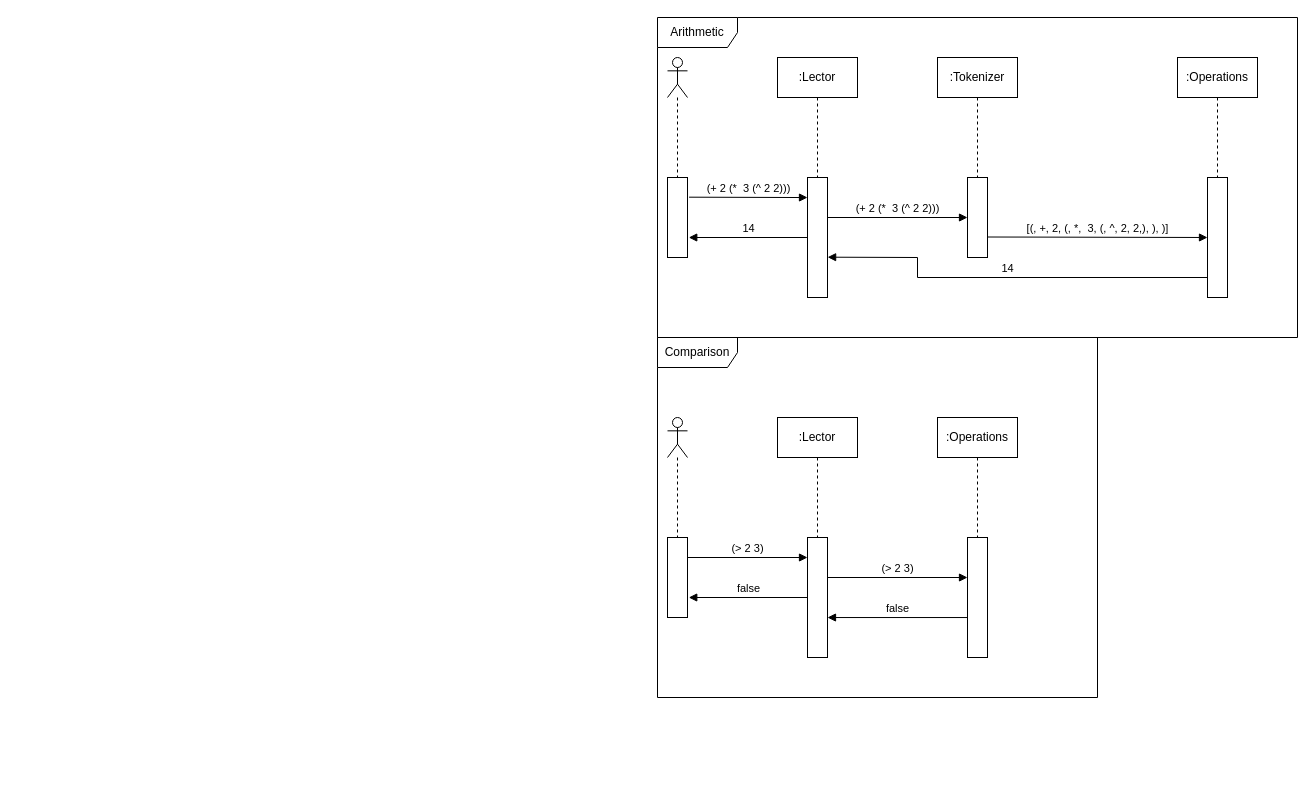
Earlier version of the draw.io diagram Proyecto1/Fases/Fase2/Sequence Diagrams.drawio (DiggsPapu/Proyect1_Lisp_Interpreter). Source tidied: cells renumbered, new cells numbered last; positions are measured from the earlier drawing's top-left corner, leaving out a move shared by most shapes. Both pictures are drawn from the tidied source at 100%, with x=0, y=0 at pixel (657, 17).
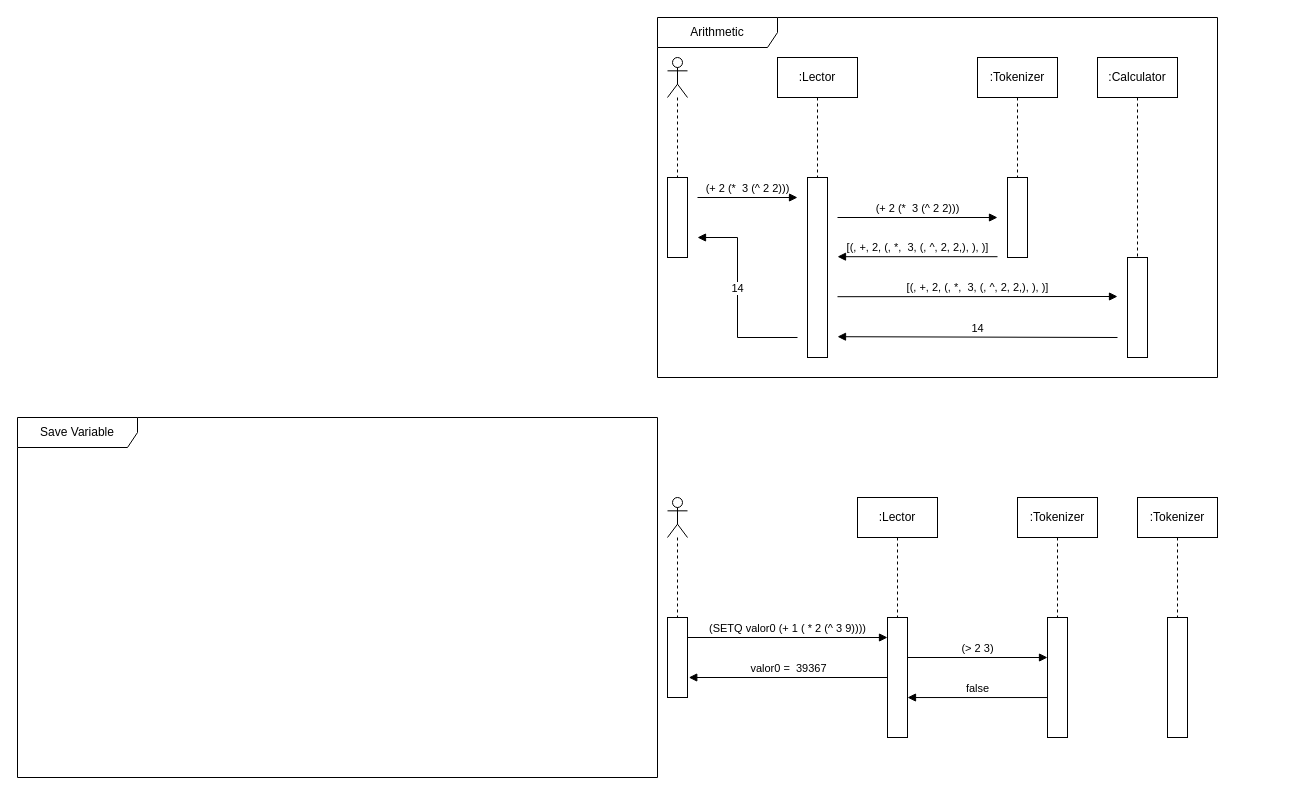
After the change.

The change refers to these unchanged cells:
```xml
<mxCell id="2" style="html=1;points=[];perimeter=orthogonalPerimeter;" parent="1" vertex="1">
  <mxGeometry x="10" y="160" width="20" height="80" as="geometry" />
</mxCell>
```

The edit, as a diff of the source:
```diff
@@
     <mxCell id="5" style="html=1;points=[];perimeter=orthogonalPerimeter;" parent="1" vertex="1">
-      <mxGeometry x="150" y="160" width="20" height="120" as="geometry" />
+      <mxGeometry x="150" y="160" width="20" height="180" as="geometry" />
     </mxCell>
     <mxCell id="6" value=":Tokenizer" style="shape=umlLifeline;perimeter=lifelinePerimeter;whiteSpace=wrap;html=1;" parent="1" vertex="1">
-      <mxGeometry x="280" y="40" width="80" height="120" as="geometry" />
+      <mxGeometry x="320" y="40" width="80" height="120" as="geometry" />
     </mxCell>
     <mxCell id="7" style="html=1;points=[];perimeter=orthogonalPerimeter;" parent="1" vertex="1">
-      <mxGeometry x="310" y="160" width="20" height="80" as="geometry" />
+      <mxGeometry x="350" y="160" width="20" height="80" as="geometry" />
     </mxCell>
-    <mxCell id="8" value="(+ 2 (*&amp;nbsp; 3 (^ 2 2)))" style="html=1;verticalAlign=bottom;endArrow=block;rounded=0;" parent="1" edge="1" target="7">
+    <mxCell id="8" value="(+ 2 (*&amp;nbsp; 3 (^ 2 2)))" style="html=1;verticalAlign=bottom;endArrow=block;rounded=0;" parent="1" edge="1">
       <mxGeometry relative="1" as="geometry">
-        <mxPoint x="170" y="200" as="sourcePoint" />
+        <mxPoint x="180" y="200" as="sourcePoint" />
+        <mxPoint x="340" y="200" as="targetPoint" />
       </mxGeometry>
     </mxCell>
-    <mxCell id="9" value="14" style="html=1;verticalAlign=bottom;endArrow=block;rounded=0;entryX=1.063;entryY=0.75;entryDx=0;entryDy=0;entryPerimeter=0;" parent="1" edge="1" source="5" target="2">
-      <mxGeometry relative="1" as="geometry" />
+    <mxCell id="9" value="14" style="html=1;verticalAlign=bottom;endArrow=block;rounded=0;" parent="1" edge="1">
+      <mxGeometry relative="1" as="geometry">
+        <mxPoint x="140" y="320" as="sourcePoint" />
+        <mxPoint x="40" y="220" as="targetPoint" />
+        <Array as="points">
+          <mxPoint x="80" y="320" />
+          <mxPoint x="80" y="220" />
+        </Array>
+      </mxGeometry>
     </mxCell>
-    <mxCell id="10" value="(+ 2 (*&amp;nbsp; 3 (^ 2 2)))" style="html=1;verticalAlign=bottom;endArrow=block;rounded=0;exitX=1.079;exitY=0.246;exitDx=0;exitDy=0;exitPerimeter=0;entryX=0;entryY=0.167;entryDx=0;entryDy=0;entryPerimeter=0;" parent="1" edge="1" source="2" target="5">
-      <mxGeometry relative="1" as="geometry" />
+    <mxCell id="10" value="(+ 2 (*&amp;nbsp; 3 (^ 2 2)))" style="html=1;verticalAlign=bottom;endArrow=block;rounded=0;" parent="1" edge="1">
+      <mxGeometry relative="1" as="geometry">
+        <mxPoint x="40" y="180" as="sourcePoint" />
+        <mxPoint x="140" y="180" as="targetPoint" />
+      </mxGeometry>
     </mxCell>
     <mxCell id="11" style="html=1;points=[];perimeter=orthogonalPerimeter;" parent="1" vertex="1">
-      <mxGeometry x="10" y="520" width="20" height="80" as="geometry" />
+      <mxGeometry x="10" y="600" width="20" height="80" as="geometry" />
     </mxCell>
     <mxCell id="12" value=":Lector" style="shape=umlLifeline;perimeter=lifelinePerimeter;whiteSpace=wrap;html=1;" parent="1" vertex="1">
-      <mxGeometry x="120" y="400" width="80" height="120" as="geometry" />
+      <mxGeometry x="200" y="480" width="80" height="120" as="geometry" />
     </mxCell>
     <mxCell id="13" style="shape=umlLifeline;participant=umlActor;perimeter=lifelinePerimeter;whiteSpace=wrap;html=1;verticalAlign=top;spacingTop=36;" parent="1" vertex="1">
-      <mxGeometry x="10" y="400" width="20" height="120" as="geometry" />
+      <mxGeometry x="10" y="480" width="20" height="120" as="geometry" />
     </mxCell>
     <mxCell id="14" style="html=1;points=[];perimeter=orthogonalPerimeter;" parent="1" vertex="1">
-      <mxGeometry x="150" y="520" width="20" height="120" as="geometry" />
+      <mxGeometry x="230" y="600" width="20" height="120" as="geometry" />
     </mxCell>
-    <mxCell id="15" value=":Operations" style="shape=umlLifeline;perimeter=lifelinePerimeter;whiteSpace=wrap;html=1;" parent="1" vertex="1">
-      <mxGeometry x="280" y="400" width="80" height="120" as="geometry" />
+    <mxCell id="15" value=":Tokenizer" style="shape=umlLifeline;perimeter=lifelinePerimeter;whiteSpace=wrap;html=1;" parent="1" vertex="1">
+      <mxGeometry x="360" y="480" width="80" height="120" as="geometry" />
     </mxCell>
     <mxCell id="16" style="html=1;points=[];perimeter=orthogonalPerimeter;" parent="1" vertex="1">
-      <mxGeometry x="310" y="520" width="20" height="120" as="geometry" />
+      <mxGeometry x="390" y="600" width="20" height="120" as="geometry" />
     </mxCell>
     <mxCell id="17" value="(&amp;gt; 2 3)" style="html=1;verticalAlign=bottom;endArrow=block;rounded=0;" parent="1" edge="1" target="16">
       <mxGeometry relative="1" as="geometry">
-        <mxPoint x="170" y="560" as="sourcePoint" />
+        <mxPoint x="250" y="640" as="sourcePoint" />
       </mxGeometry>
     </mxCell>
@@
-    <mxCell id="19" value="Comparison" style="shape=umlFrame;whiteSpace=wrap;html=1;width=80;height=30;" parent="1" vertex="1">
-      <mxGeometry y="320" width="440" height="360" as="geometry" />
+    <mxCell id="19" value="Save Variable" style="shape=umlFrame;whiteSpace=wrap;html=1;width=120;height=30;" parent="1" vertex="1">
+      <mxGeometry x="-640" y="400" width="640" height="360" as="geometry" />
     </mxCell>
-    <mxCell id="20" value="false" style="html=1;verticalAlign=bottom;endArrow=block;rounded=0;entryX=1.063;entryY=0.75;entryDx=0;entryDy=0;entryPerimeter=0;" parent="1" edge="1" source="14" target="11">
+    <mxCell id="20" value="valor0 =&amp;nbsp;&amp;nbsp;39367" style="html=1;verticalAlign=bottom;endArrow=block;rounded=0;entryX=1.063;entryY=0.75;entryDx=0;entryDy=0;entryPerimeter=0;" parent="1" edge="1" source="14" target="11">
       <mxGeometry relative="1" as="geometry" />
     </mxCell>
-    <mxCell id="21" value="(&amp;gt; 2 3)" style="html=1;verticalAlign=bottom;endArrow=block;rounded=0;exitX=0.99;exitY=0.25;exitDx=0;exitDy=0;exitPerimeter=0;" parent="1" edge="1" source="11" target="14">
+    <mxCell id="21" value="(SETQ valor0 (+ 1 ( * 2 (^ 3 9))))" style="html=1;verticalAlign=bottom;endArrow=block;rounded=0;exitX=0.99;exitY=0.25;exitDx=0;exitDy=0;exitPerimeter=0;" parent="1" edge="1" source="11" target="14">
       <mxGeometry relative="1" as="geometry" />
     </mxCell>
+    <mxCell id="24" value=":Calculator" style="shape=umlLifeline;perimeter=lifelinePerimeter;whiteSpace=wrap;html=1;" parent="1" vertex="1">
+      <mxGeometry x="440" y="40" width="80" height="200" as="geometry" />
+    </mxCell>
+    <mxCell id="23" value="Arithmetic" style="shape=umlFrame;whiteSpace=wrap;html=1;width=120;height=30;" parent="24" vertex="1">
+      <mxGeometry x="-440" y="-40" width="560" height="360" as="geometry" />
+    </mxCell>
+    <mxCell id="25" style="html=1;perimeter=orthogonalPerimeter;" parent="1" vertex="1">
+      <mxGeometry x="470" y="240" width="20" height="100" as="geometry" />
+    </mxCell>
+    <mxCell id="27" value=":Tokenizer" style="shape=umlLifeline;perimeter=lifelinePerimeter;whiteSpace=wrap;html=1;" parent="1" vertex="1">
+      <mxGeometry x="480" y="480" width="80" height="120" as="geometry" />
+    </mxCell>
+    <mxCell id="28" style="html=1;perimeter=orthogonalPerimeter;" parent="1" vertex="1">
+      <mxGeometry x="510" y="600" width="20" height="120" as="geometry" />
+    </mxCell>
+    <mxCell id="29" value="[(, +, 2, (, *,&amp;nbsp; 3, (, ^, 2, 2,), ), )]" style="html=1;verticalAlign=bottom;endArrow=block;rounded=0;" parent="1" edge="1">
+      <mxGeometry relative="1" as="geometry">
+        <mxPoint x="340" y="239.2" as="sourcePoint" />
+        <mxPoint x="180" y="239.2" as="targetPoint" />
+      </mxGeometry>
+    </mxCell>
+    <mxCell id="30" value="[(, +, 2, (, *,&amp;nbsp; 3, (, ^, 2, 2,), ), )]" style="html=1;verticalAlign=bottom;endArrow=block;rounded=0;" parent="1" edge="1">
+      <mxGeometry relative="1" as="geometry">
+        <mxPoint x="180" y="279.2" as="sourcePoint" />
+        <mxPoint x="460" y="279" as="targetPoint" />
+      </mxGeometry>
+    </mxCell>
-    <mxCell id="22" value="14" style="html=1;verticalAlign=bottom;endArrow=block;rounded=0;entryX=1.006;entryY=0.664;entryDx=0;entryDy=0;entryPerimeter=0;" parent="1" edge="1" target="5">
+    <mxCell id="22" value="14" style="html=1;verticalAlign=bottom;endArrow=block;rounded=0;" parent="1" edge="1">
       <mxGeometry relative="1" as="geometry">
-        <mxPoint x="550" y="260" as="sourcePoint" />
-        <Array as="points">
-          <mxPoint x="260" y="260" />
-          <mxPoint x="260" y="240" />
-        </Array>
+        <mxPoint x="460" y="320" as="sourcePoint" />
+        <mxPoint x="180" y="319.2" as="targetPoint" />
       </mxGeometry>
     </mxCell>
-    <mxCell id="23" value="Arithmetic" style="shape=umlFrame;whiteSpace=wrap;html=1;width=80;height=30;" parent="1" vertex="1">
-      <mxGeometry width="640" height="320" as="geometry" />
-    </mxCell>
-    <mxCell id="24" value=":Operations" style="shape=umlLifeline;perimeter=lifelinePerimeter;whiteSpace=wrap;html=1;" parent="1" vertex="1">
-      <mxGeometry x="520" y="40" width="80" height="120" as="geometry" />
-    </mxCell>
-    <mxCell id="25" style="html=1;perimeter=orthogonalPerimeter;" parent="1" vertex="1">
-      <mxGeometry x="550" y="160" width="20" height="120" as="geometry" />
-    </mxCell>
-    <mxCell id="26" value="[(, +, 2, (, *,&amp;nbsp; 3, (, ^, 2, 2,), ), )]" style="html=1;verticalAlign=bottom;endArrow=block;rounded=0;" parent="1" edge="1">
-      <mxGeometry relative="1" as="geometry">
-        <mxPoint x="330" y="219.5" as="sourcePoint" />
-        <mxPoint x="550" y="220" as="targetPoint" />
-      </mxGeometry>
-    </mxCell>
```
